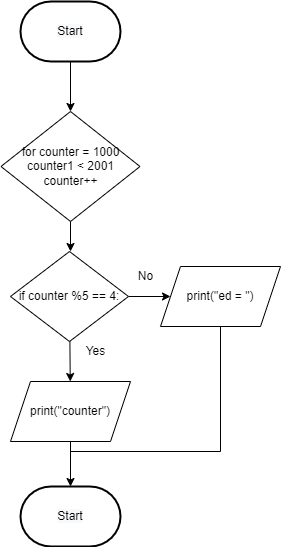
The draw.io diagram flowchart.png in Huzaifa-Khalid-2/ICS3U-Unit4-07-Python, before a commit. Source tidied: cells renumbered, new cells last; positions are measured from the earlier drawing's top-left corner, leaving out a move shared by most shapes.
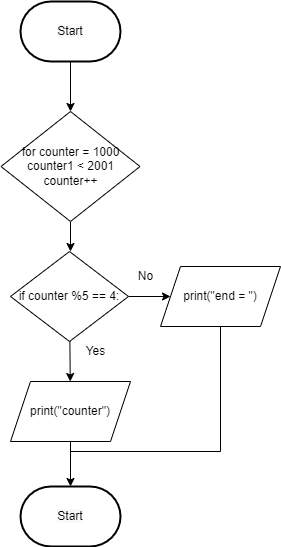
The same file after the commit.

Diff of the diagram source:
```diff
@@ -38,7 +38,7 @@
     <mxCell id="11" value="if counter %5 == 4:" style="rhombus;whiteSpace=wrap;html=1;" parent="1" vertex="1">
       <mxGeometry x="10" y="250" width="118" height="90" as="geometry" />
     </mxCell>
-    <mxCell id="12" value="print(&quot;ed = &quot;)" style="shape=parallelogram;perimeter=parallelogramPerimeter;whiteSpace=wrap;html=1;fixedSize=1;" parent="1" vertex="1">
+    <mxCell id="12" value="print(&quot;end = &quot;)" style="shape=parallelogram;perimeter=parallelogramPerimeter;whiteSpace=wrap;html=1;fixedSize=1;" parent="1" vertex="1">
       <mxGeometry x="160" y="265" width="120" height="60" as="geometry" />
     </mxCell>
     <mxCell id="13" value="No" style="text;html=1;align=center;verticalAlign=middle;strokeColor=none;fillColor=none;" parent="1" vertex="1">
```
